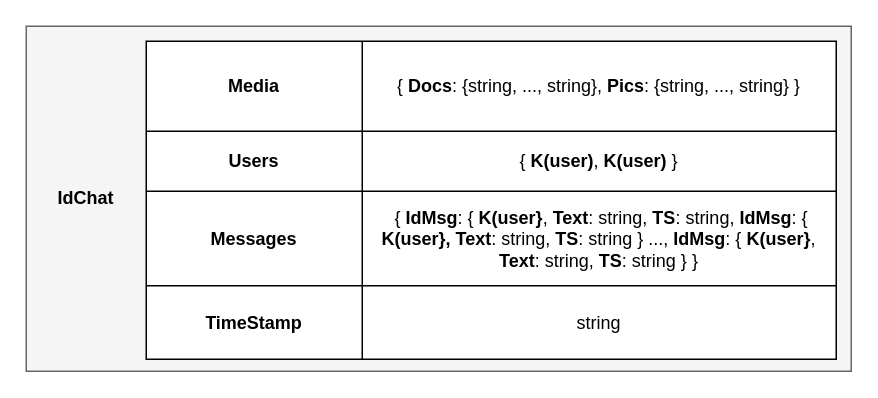
This is NoAM/collection-chat.drawio from Antonet99/noSQL-Snapchat, a draw.io file, before an edit. Source tidied: cells renumbered, new cells numbered last; positions are measured from the earlier drawing's top-left corner, leaving out a move shared by most shapes. Both pictures are drawn from the tidied source at 150%, with x=0, y=0 at pixel (26, 26).
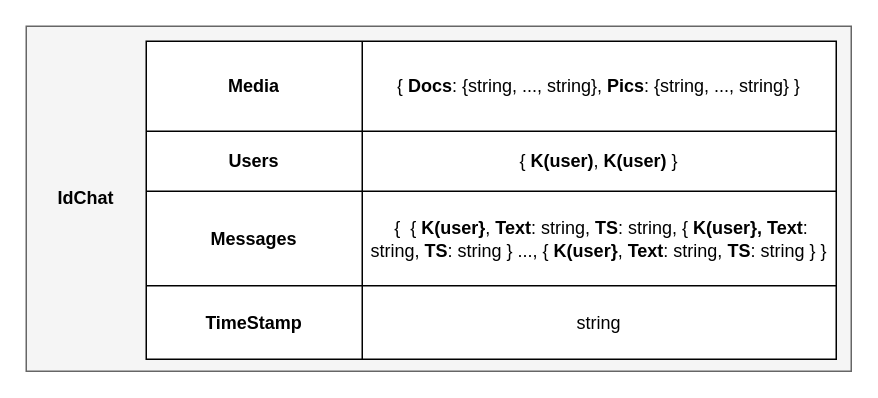
After the change.

The edit, as a diff of the source:
```diff
@@
 <mxGraphModel>
   <root>
     <mxCell id="0" />
     <mxCell id="1" parent="0" />
     <mxCell id="2" style="rounded=0;whiteSpace=wrap;html=1;fillColor=#f5f5f5;fontColor=#333333;strokeColor=#666666;" parent="1" vertex="1">
       <mxGeometry width="550" height="230" as="geometry" />
     </mxCell>
     <mxCell id="3" value="&lt;b&gt;IdChat&lt;/b&gt;" style="text;html=1;strokeColor=none;fillColor=none;align=center;verticalAlign=middle;whiteSpace=wrap;rounded=0;" parent="1" vertex="1">
       <mxGeometry x="10" y="99.5" width="60" height="30" as="geometry" />
     </mxCell>
     <mxCell id="4" style="shape=table;startSize=0;childLayout=tableLayout;" parent="1" vertex="1">
       <mxGeometry x="80" y="10" width="460" height="212" as="geometry" />
     </mxCell>
     <mxCell id="5" style="shape=tableRow;horizontal=0;startSize=0;swimlaneHead=0;swimlaneBody=0;strokeColor=inherit;top=0;left=0;bottom=0;right=0;fillColor=none;" parent="4" vertex="1">
       <mxGeometry width="460" height="60" as="geometry" />
     </mxCell>
     <mxCell id="6" value="&lt;b&gt;Media&lt;/b&gt;" style="shape=partialRectangle;html=1;whiteSpace=wrap;strokeColor=inherit;overflow=hidden;fillColor=none;top=0;left=0;bottom=0;right=0;" parent="5" vertex="1">
       <mxGeometry width="144" height="60" as="geometry" />
     </mxCell>
     <mxCell id="7" value="{ &lt;b&gt;Docs&lt;/b&gt;: {string, ..., string}, &lt;b&gt;Pics&lt;/b&gt;: {string, ..., string} }" style="shape=partialRectangle;html=1;whiteSpace=wrap;strokeColor=inherit;overflow=hidden;fillColor=none;top=0;left=0;bottom=0;right=0;" parent="5" vertex="1">
       <mxGeometry x="144" width="316" height="60" as="geometry" />
     </mxCell>
     <mxCell id="8" style="shape=tableRow;horizontal=0;startSize=0;swimlaneHead=0;swimlaneBody=0;strokeColor=inherit;top=0;left=0;bottom=0;right=0;fillColor=none;" parent="4" vertex="1">
       <mxGeometry y="60" width="460" height="40" as="geometry" />
     </mxCell>
     <mxCell id="9" value="&lt;b&gt;Users&lt;/b&gt;" style="shape=partialRectangle;html=1;whiteSpace=wrap;strokeColor=inherit;overflow=hidden;fillColor=none;top=0;left=0;bottom=0;right=0;" parent="8" vertex="1">
       <mxGeometry width="144" height="40" as="geometry" />
     </mxCell>
     <mxCell id="10" value="{ &lt;b&gt;K(user)&lt;/b&gt;, &lt;b&gt;K(user)&lt;/b&gt; }" style="shape=partialRectangle;html=1;whiteSpace=wrap;strokeColor=inherit;overflow=hidden;fillColor=none;top=0;left=0;bottom=0;right=0;" parent="8" vertex="1">
       <mxGeometry x="144" width="316" height="40" as="geometry" />
     </mxCell>
     <mxCell id="11" style="shape=tableRow;horizontal=0;startSize=0;swimlaneHead=0;swimlaneBody=0;strokeColor=inherit;top=0;left=0;bottom=0;right=0;fillColor=none;" parent="4" vertex="1">
       <mxGeometry y="100" width="460" height="63" as="geometry" />
     </mxCell>
     <mxCell id="12" value="&lt;b&gt;Messages&lt;/b&gt;" style="shape=partialRectangle;html=1;whiteSpace=wrap;strokeColor=inherit;overflow=hidden;fillColor=none;top=0;left=0;bottom=0;right=0;" parent="11" vertex="1">
       <mxGeometry width="144" height="63" as="geometry" />
     </mxCell>
-    <mxCell id="13" value="&amp;nbsp;{ &lt;b&gt;IdMsg&lt;/b&gt;: { &lt;b&gt;K(user}&lt;/b&gt;, &lt;b&gt;Text&lt;/b&gt;: string, &lt;b&gt;TS&lt;/b&gt;: string,&amp;nbsp;&lt;b&gt;IdMsg&lt;/b&gt;: { &lt;b&gt;K(user},&lt;/b&gt; &lt;b&gt;Text&lt;/b&gt;: string, &lt;b&gt;TS&lt;/b&gt;: string  } ..., &lt;b&gt;IdMsg&lt;/b&gt;: {&amp;nbsp;&lt;b&gt;K(user}&lt;/b&gt;, &lt;b&gt;Text&lt;/b&gt;: string, &lt;b&gt;TS&lt;/b&gt;: string } }" style="shape=partialRectangle;html=1;whiteSpace=wrap;strokeColor=inherit;overflow=hidden;fillColor=none;top=0;left=0;bottom=0;right=0;" parent="11" vertex="1">
+    <mxCell id="13" value="&amp;nbsp;{&amp;nbsp; { &lt;b&gt;K(user}&lt;/b&gt;, &lt;b&gt;Text&lt;/b&gt;: string, &lt;b&gt;TS&lt;/b&gt;: string, { &lt;b&gt;K(user},&lt;/b&gt; &lt;b&gt;Text&lt;/b&gt;: string, &lt;b&gt;TS&lt;/b&gt;: string  } ..., {&amp;nbsp;&lt;b&gt;K(user}&lt;/b&gt;, &lt;b&gt;Text&lt;/b&gt;: string, &lt;b&gt;TS&lt;/b&gt;: string } }" style="shape=partialRectangle;html=1;whiteSpace=wrap;strokeColor=inherit;overflow=hidden;fillColor=none;top=0;left=0;bottom=0;right=0;" parent="11" vertex="1">
       <mxGeometry x="144" width="316" height="63" as="geometry" />
     </mxCell>
     <mxCell id="14" style="shape=tableRow;horizontal=0;startSize=0;swimlaneHead=0;swimlaneBody=0;strokeColor=inherit;top=0;left=0;bottom=0;right=0;fillColor=none;" parent="4" vertex="1">
       <mxGeometry y="163" width="460" height="49" as="geometry" />
     </mxCell>
     <mxCell id="15" value="&lt;b&gt;TimeStamp&lt;/b&gt;" style="shape=partialRectangle;html=1;whiteSpace=wrap;strokeColor=inherit;overflow=hidden;fillColor=none;top=0;left=0;bottom=0;right=0;" parent="14" vertex="1">
       <mxGeometry width="144" height="49" as="geometry" />
     </mxCell>
     <mxCell id="16" value="string" style="shape=partialRectangle;html=1;whiteSpace=wrap;strokeColor=inherit;overflow=hidden;fillColor=none;top=0;left=0;bottom=0;right=0;" parent="14" vertex="1">
       <mxGeometry x="144" width="316" height="49" as="geometry" />
     </mxCell>
   </root>
 </mxGraphModel>
```
